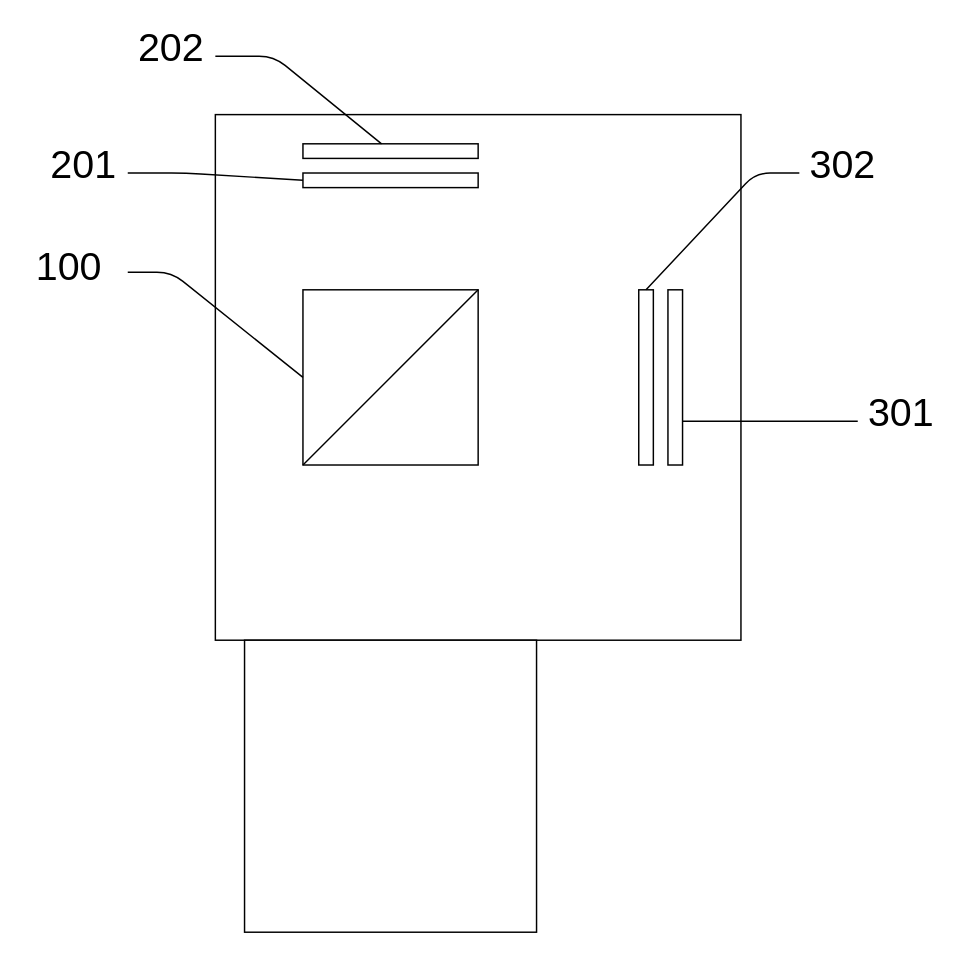
Before: Untitled Diagram.drawio in Mintpasokon/OpenCV-wavelet, a draw.io diagram. Source tidied: cells renumbered, new cells numbered last; positions are measured from the earlier drawing's top-left corner, leaving out a move shared by most shapes. Both pictures are drawn from the tidied source at 146%, with x=0, y=0 at pixel (25, 26).
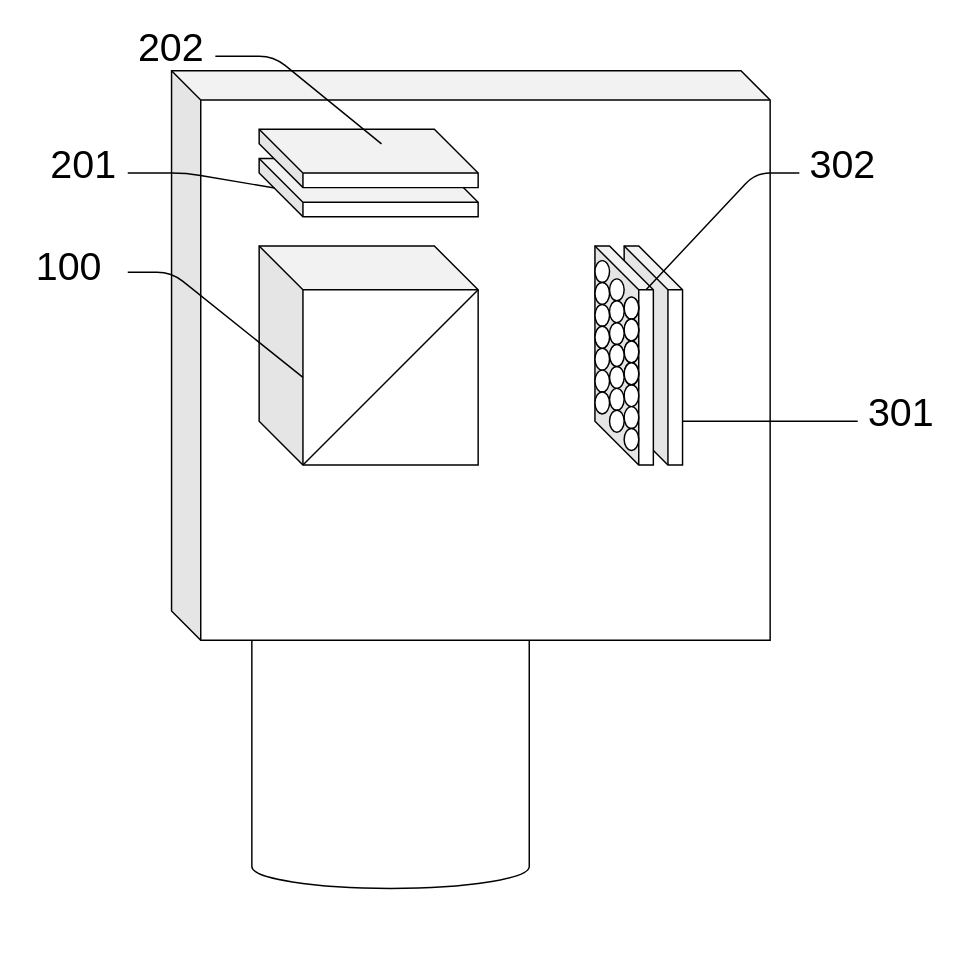
After the change.

Change to the diagram source:
```diff
@@
-    <mxCell id="2" style="whiteSpace=wrap;html=1;" parent="1" vertex="1">
-      <mxGeometry x="130" y="60" width="360" height="360" as="geometry" />
-    </mxCell>
-    <mxCell id="3" style="whiteSpace=wrap;html=1;" parent="1" vertex="1">
-      <mxGeometry x="190" y="180" width="120" height="120" as="geometry" />
-    </mxCell>
-    <mxCell id="4" style="endArrow=none;html=1;entryX=1;entryY=0;entryDx=0;entryDy=0;exitX=0;exitY=1;exitDx=0;exitDy=0;" parent="1" edge="1" source="3" target="3">
-      <mxGeometry relative="1" as="geometry" />
-    </mxCell>
-    <mxCell id="5" style="rounded=0;whiteSpace=wrap;html=1;" parent="1" vertex="1">
-      <mxGeometry x="190" y="80" width="120" height="10" as="geometry" />
-    </mxCell>
-    <mxCell id="6" style="rounded=0;whiteSpace=wrap;html=1;" parent="1" vertex="1">
-      <mxGeometry x="150" y="420" width="200" height="200" as="geometry" />
-    </mxCell>
-    <mxCell id="7" style="rounded=0;whiteSpace=wrap;html=1;" parent="1" vertex="1">
-      <mxGeometry x="190" y="100" width="120" height="10" as="geometry" />
-    </mxCell>
-    <mxCell id="8" style="rounded=0;whiteSpace=wrap;html=1;" parent="1" vertex="1">
-      <mxGeometry x="440" y="180" width="10" height="120" as="geometry" />
-    </mxCell>
-    <mxCell id="9" style="rounded=0;whiteSpace=wrap;html=1;" parent="1" vertex="1">
-      <mxGeometry x="420" y="180" width="10" height="120" as="geometry" />
-    </mxCell>
-    <mxCell id="10" style="endArrow=none;html=1;entryX=0;entryY=0.5;entryDx=0;entryDy=0;" parent="1" edge="1" target="3">
-      <mxGeometry relative="1" as="geometry">
-        <mxPoint x="70" y="168" as="sourcePoint" />
-        <Array as="points">
-          <mxPoint x="100" y="168" />
-        </Array>
-      </mxGeometry>
-    </mxCell>
+    <mxCell id="20" style="shape=cylinder3;whiteSpace=wrap;html=1;boundedLbl=1;backgroundOutline=1;size=15;" parent="1" vertex="1">
+      <mxGeometry x="155" y="390" width="190" height="200" as="geometry" />
+    </mxCell>
+    <mxCell id="21" style="shape=cube;whiteSpace=wrap;html=1;boundedLbl=1;backgroundOutline=1;darkOpacity=0.05;darkOpacity2=0.1;size=20;" parent="1" vertex="1">
+      <mxGeometry x="100" y="30" width="410" height="390" as="geometry" />
+    </mxCell>
@@
-    <mxCell id="12" style="endArrow=none;html=1;fontSize=22;exitX=1;exitY=0.75;exitDx=0;exitDy=0;" parent="1" edge="1" source="8">
+    <mxCell id="12" style="endArrow=none;html=1;fontSize=22;exitX=1;exitY=0.75;exitDx=0;exitDy=0;" parent="1" edge="1">
       <mxGeometry relative="1" as="geometry">
+        <mxPoint x="450" y="270" as="sourcePoint" />
         <mxPoint x="570" y="270" as="targetPoint" />
       </mxGeometry>
     </mxCell>
@@
-    <mxCell id="14" style="endArrow=none;html=1;fontSize=22;exitX=0.5;exitY=0;exitDx=0;exitDy=0;" parent="1" edge="1" source="9">
-      <mxGeometry relative="1" as="geometry">
-        <mxPoint x="530" y="100" as="targetPoint" />
-        <Array as="points">
-          <mxPoint x="500" y="100" />
-        </Array>
-      </mxGeometry>
-    </mxCell>
@@
-    <mxCell id="16" style="endArrow=none;html=1;fontSize=22;" parent="1" edge="1" source="5">
-      <mxGeometry relative="1" as="geometry">
-        <mxPoint x="130" y="20" as="targetPoint" />
-        <Array as="points">
-          <mxPoint x="170" y="20" />
-        </Array>
-      </mxGeometry>
-    </mxCell>
-    <mxCell id="17" style="endArrow=none;html=1;fontSize=22;entryX=0;entryY=0.5;entryDx=0;entryDy=0;" parent="1" edge="1" target="7">
-      <mxGeometry relative="1" as="geometry">
-        <mxPoint x="70" y="100" as="sourcePoint" />
-        <Array as="points">
-          <mxPoint x="110" y="100" />
-        </Array>
-      </mxGeometry>
-    </mxCell>
@@
+    <mxCell id="22" style="shape=cube;whiteSpace=wrap;html=1;boundedLbl=1;backgroundOutline=1;darkOpacity=0.05;darkOpacity2=0.1;size=30;" parent="1" vertex="1">
+      <mxGeometry x="410" y="150" width="40" height="150" as="geometry" />
+    </mxCell>
+    <mxCell id="23" style="shape=cube;whiteSpace=wrap;html=1;boundedLbl=1;backgroundOutline=1;darkOpacity=0.05;darkOpacity2=0.1;size=30;rotation=0;" parent="1" vertex="1">
+      <mxGeometry x="160" y="90" width="150" height="40" as="geometry" />
+    </mxCell>
+    <mxCell id="17" style="endArrow=none;html=1;fontSize=22;entryX=0.07;entryY=0.507;entryDx=0;entryDy=0;entryPerimeter=0;" parent="1" edge="1" target="23">
+      <mxGeometry relative="1" as="geometry">
+        <mxPoint x="70" y="100" as="sourcePoint" />
+        <Array as="points">
+          <mxPoint x="110" y="100" />
+        </Array>
+      </mxGeometry>
+    </mxCell>
+    <mxCell id="24" style="shape=cube;whiteSpace=wrap;html=1;boundedLbl=1;backgroundOutline=1;darkOpacity=0.05;darkOpacity2=0.1;size=30;rotation=0;" parent="1" vertex="1">
+      <mxGeometry x="160" y="70" width="150" height="40" as="geometry" />
+    </mxCell>
+    <mxCell id="16" style="endArrow=none;html=1;fontSize=22;" parent="1" edge="1">
+      <mxGeometry relative="1" as="geometry">
+        <mxPoint x="243.8" y="80" as="sourcePoint" />
+        <mxPoint x="130" y="20" as="targetPoint" />
+        <Array as="points">
+          <mxPoint x="170" y="20" />
+        </Array>
+      </mxGeometry>
+    </mxCell>
+    <mxCell id="25" style="shape=cube;whiteSpace=wrap;html=1;boundedLbl=1;backgroundOutline=1;darkOpacity=0.05;darkOpacity2=0.1;size=30;" parent="1" vertex="1">
+      <mxGeometry x="160" y="150" width="150" height="150" as="geometry" />
+    </mxCell>
+    <mxCell id="10" style="endArrow=none;html=1;entryX=0;entryY=0.5;entryDx=0;entryDy=0;" parent="1" edge="1">
+      <mxGeometry relative="1" as="geometry">
+        <mxPoint x="70" y="168" as="sourcePoint" />
+        <mxPoint x="190" y="240" as="targetPoint" />
+        <Array as="points">
+          <mxPoint x="100" y="168" />
+        </Array>
+      </mxGeometry>
+    </mxCell>
+    <mxCell id="26" style="endArrow=none;html=1;entryX=0;entryY=0;entryDx=150;entryDy=30;entryPerimeter=0;exitX=0;exitY=0;exitDx=30;exitDy=150;exitPerimeter=0;" parent="1" edge="1" source="25" target="25">
+      <mxGeometry relative="1" as="geometry" />
+    </mxCell>
+    <mxCell id="27" style="shape=cube;whiteSpace=wrap;html=1;boundedLbl=1;backgroundOutline=1;darkOpacity=0.05;darkOpacity2=0.1;size=30;" parent="1" vertex="1">
+      <mxGeometry x="390" y="150" width="40" height="150" as="geometry" />
+    </mxCell>
+    <mxCell id="28" style="ellipse;whiteSpace=wrap;html=1;" parent="1" vertex="1">
+      <mxGeometry x="410" y="185" width="10" height="15" as="geometry" />
+    </mxCell>
+    <mxCell id="29" style="ellipse;whiteSpace=wrap;html=1;" parent="1" vertex="1">
+      <mxGeometry x="410" y="200" width="10" height="15" as="geometry" />
+    </mxCell>
+    <mxCell id="30" style="ellipse;whiteSpace=wrap;html=1;" parent="1" vertex="1">
+      <mxGeometry x="410" y="215" width="10" height="15" as="geometry" />
+    </mxCell>
+    <mxCell id="31" style="ellipse;whiteSpace=wrap;html=1;" parent="1" vertex="1">
+      <mxGeometry x="410" y="230" width="10" height="15" as="geometry" />
+    </mxCell>
+    <mxCell id="32" style="ellipse;whiteSpace=wrap;html=1;" parent="1" vertex="1">
+      <mxGeometry x="410" y="245" width="10" height="15" as="geometry" />
+    </mxCell>
+    <mxCell id="33" style="ellipse;whiteSpace=wrap;html=1;" parent="1" vertex="1">
+      <mxGeometry x="410" y="260" width="10" height="15" as="geometry" />
+    </mxCell>
+    <mxCell id="34" style="ellipse;whiteSpace=wrap;html=1;" parent="1" vertex="1">
+      <mxGeometry x="410" y="275" width="10" height="15" as="geometry" />
+    </mxCell>
+    <mxCell id="35" style="ellipse;whiteSpace=wrap;html=1;" parent="1" vertex="1">
+      <mxGeometry x="410" y="185" width="10" height="15" as="geometry" />
+    </mxCell>
+    <mxCell id="36" style="ellipse;whiteSpace=wrap;html=1;" parent="1" vertex="1">
+      <mxGeometry x="410" y="200" width="10" height="15" as="geometry" />
+    </mxCell>
+    <mxCell id="37" style="ellipse;whiteSpace=wrap;html=1;" parent="1" vertex="1">
+      <mxGeometry x="410" y="215" width="10" height="15" as="geometry" />
+    </mxCell>
+    <mxCell id="38" style="ellipse;whiteSpace=wrap;html=1;" parent="1" vertex="1">
+      <mxGeometry x="410" y="230" width="10" height="15" as="geometry" />
+    </mxCell>
+    <mxCell id="39" style="ellipse;whiteSpace=wrap;html=1;" parent="1" vertex="1">
+      <mxGeometry x="400" y="232.5" width="10" height="15" as="geometry" />
+    </mxCell>
+    <mxCell id="40" style="ellipse;whiteSpace=wrap;html=1;" parent="1" vertex="1">
+      <mxGeometry x="400" y="247.5" width="10" height="15" as="geometry" />
+    </mxCell>
+    <mxCell id="41" style="ellipse;whiteSpace=wrap;html=1;" parent="1" vertex="1">
+      <mxGeometry x="400" y="262.5" width="10" height="15" as="geometry" />
+    </mxCell>
+    <mxCell id="42" style="ellipse;whiteSpace=wrap;html=1;" parent="1" vertex="1">
+      <mxGeometry x="400" y="172.5" width="10" height="15" as="geometry" />
+    </mxCell>
+    <mxCell id="43" style="ellipse;whiteSpace=wrap;html=1;" parent="1" vertex="1">
+      <mxGeometry x="400" y="187.5" width="10" height="15" as="geometry" />
+    </mxCell>
+    <mxCell id="44" style="ellipse;whiteSpace=wrap;html=1;" parent="1" vertex="1">
+      <mxGeometry x="400" y="202.5" width="10" height="15" as="geometry" />
+    </mxCell>
+    <mxCell id="45" style="ellipse;whiteSpace=wrap;html=1;" parent="1" vertex="1">
+      <mxGeometry x="400" y="217.5" width="10" height="15" as="geometry" />
+    </mxCell>
+    <mxCell id="46" style="ellipse;whiteSpace=wrap;html=1;" parent="1" vertex="1">
+      <mxGeometry x="390" y="220" width="10" height="15" as="geometry" />
+    </mxCell>
+    <mxCell id="47" style="ellipse;whiteSpace=wrap;html=1;" parent="1" vertex="1">
+      <mxGeometry x="390" y="235" width="10" height="15" as="geometry" />
+    </mxCell>
+    <mxCell id="48" style="ellipse;whiteSpace=wrap;html=1;" parent="1" vertex="1">
+      <mxGeometry x="390" y="250" width="10" height="15" as="geometry" />
+    </mxCell>
+    <mxCell id="49" style="ellipse;whiteSpace=wrap;html=1;" parent="1" vertex="1">
+      <mxGeometry x="390" y="160" width="10" height="15" as="geometry" />
+    </mxCell>
+    <mxCell id="50" style="ellipse;whiteSpace=wrap;html=1;" parent="1" vertex="1">
+      <mxGeometry x="390" y="175" width="10" height="15" as="geometry" />
+    </mxCell>
+    <mxCell id="51" style="ellipse;whiteSpace=wrap;html=1;" parent="1" vertex="1">
+      <mxGeometry x="390" y="190" width="10" height="15" as="geometry" />
+    </mxCell>
+    <mxCell id="52" style="ellipse;whiteSpace=wrap;html=1;" parent="1" vertex="1">
+      <mxGeometry x="390" y="205" width="10" height="15" as="geometry" />
+    </mxCell>
+    <mxCell id="14" style="endArrow=none;html=1;fontSize=22;exitX=0.5;exitY=0;exitDx=0;exitDy=0;" parent="1" edge="1">
+      <mxGeometry relative="1" as="geometry">
+        <mxPoint x="425" y="180" as="sourcePoint" />
+        <mxPoint x="530" y="100" as="targetPoint" />
+        <Array as="points">
+          <mxPoint x="500" y="100" />
+        </Array>
+      </mxGeometry>
+    </mxCell>
```
